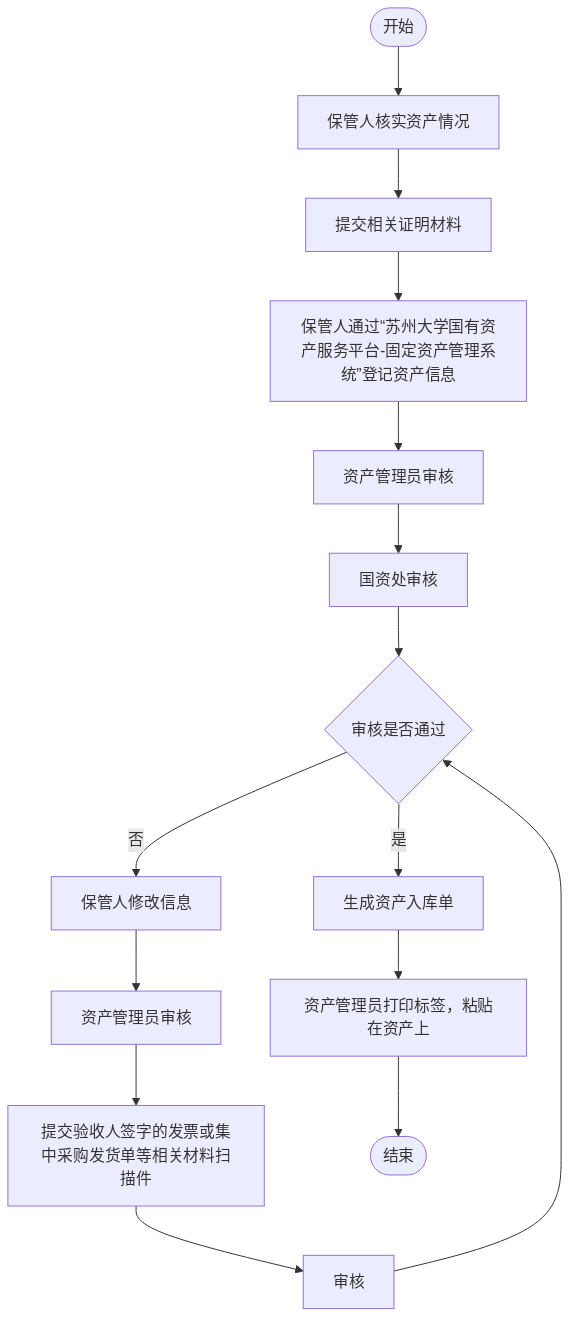
The Mermaid diagram outline2flow/flow_outputs/page_41.png in AmyIvan/work1, before a commit. Its source is kept beside it as outline2flow/mmd_outputs/page_41.mmd.
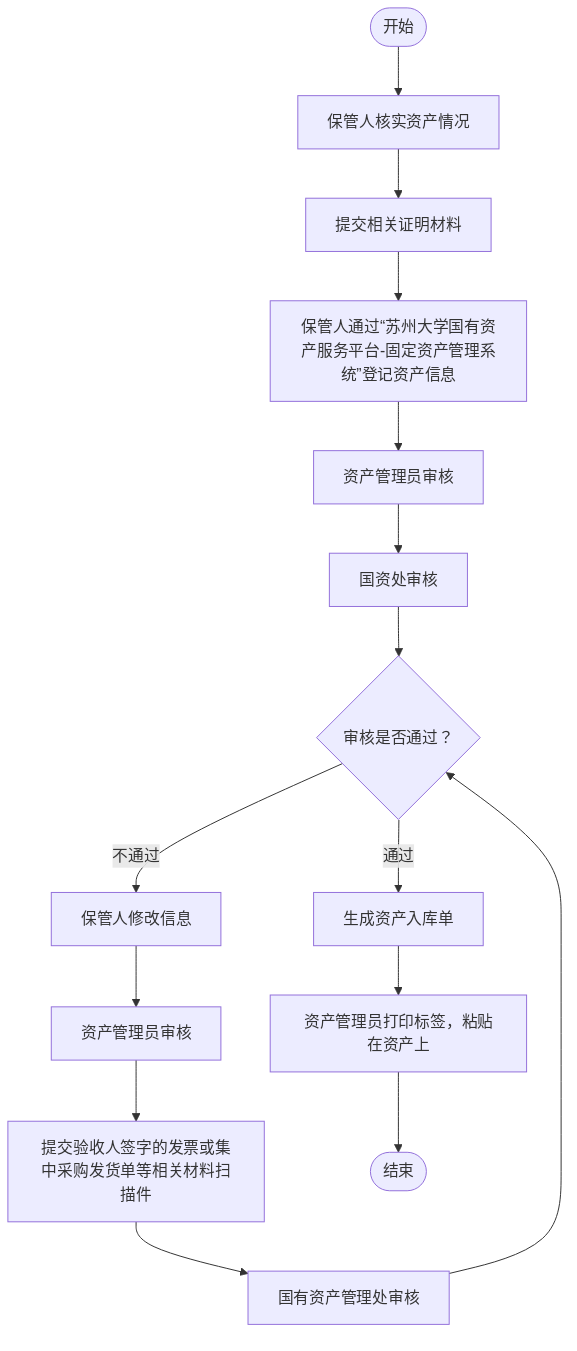
Above is the later version.

Diff of the diagram source:
```diff
@@ -4,12 +4,12 @@
     B --> C[保管人通过“苏州大学国有资产服务平台-固定资产管理系统”登记资产信息]
     C --> D[资产管理员审核]
     D --> E[国资处审核]
-    E --> F{审核是否通过}
-    F -- 是 --> G[生成资产入库单]
-    F -- 否 --> H[保管人修改信息]
+    E --> F{审核是否通过？}
+    F -->|通过| G[生成资产入库单]
+    F -->|不通过| H[保管人修改信息]
     H --> I[资产管理员审核]
     I --> J[提交验收人签字的发票或集中采购发货单等相关材料扫描件]
-    J --> K[审核]
+    J --> K[国有资产管理处审核]
     K --> F
     G --> L[资产管理员打印标签，粘贴在资产上]
     L --> End([结束])
```
